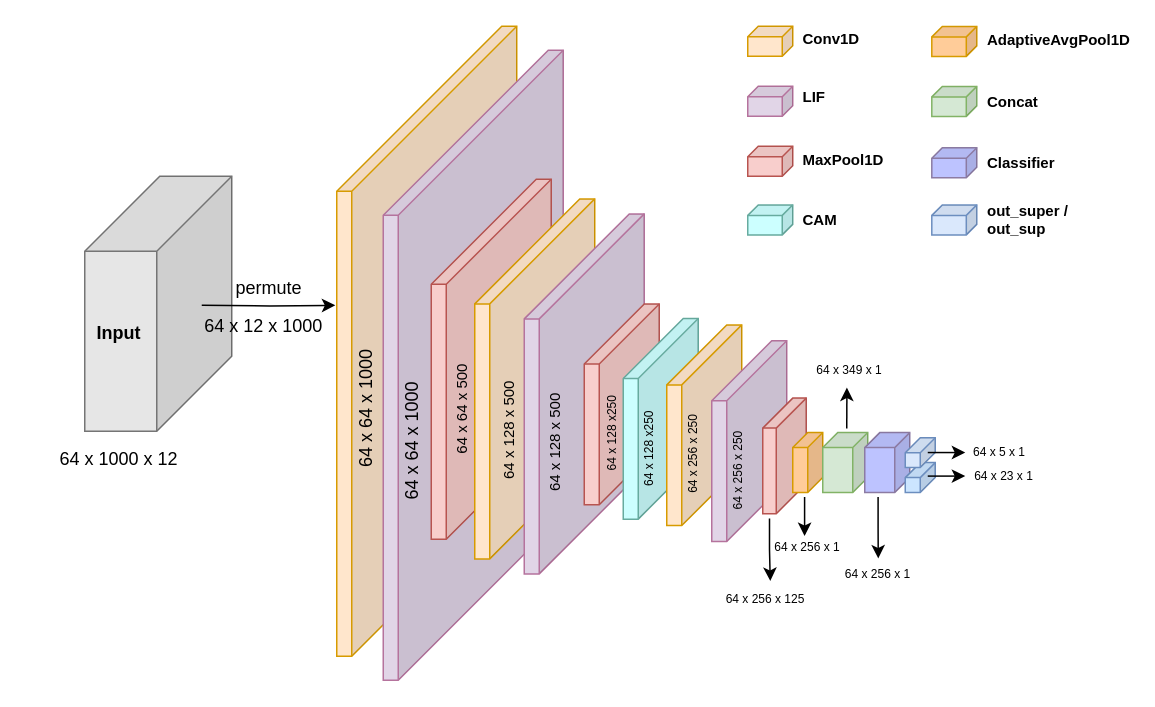
Earlier version of the draw.io diagram Untitled Diagram.drawio (minh071289/AI_system). Source tidied: cells renumbered, new cells numbered last; positions are measured from the earlier drawing's top-left corner, leaving out a move shared by most shapes. Both pictures are drawn from the tidied source at 150%, with x=0, y=0 at pixel (28, 26).
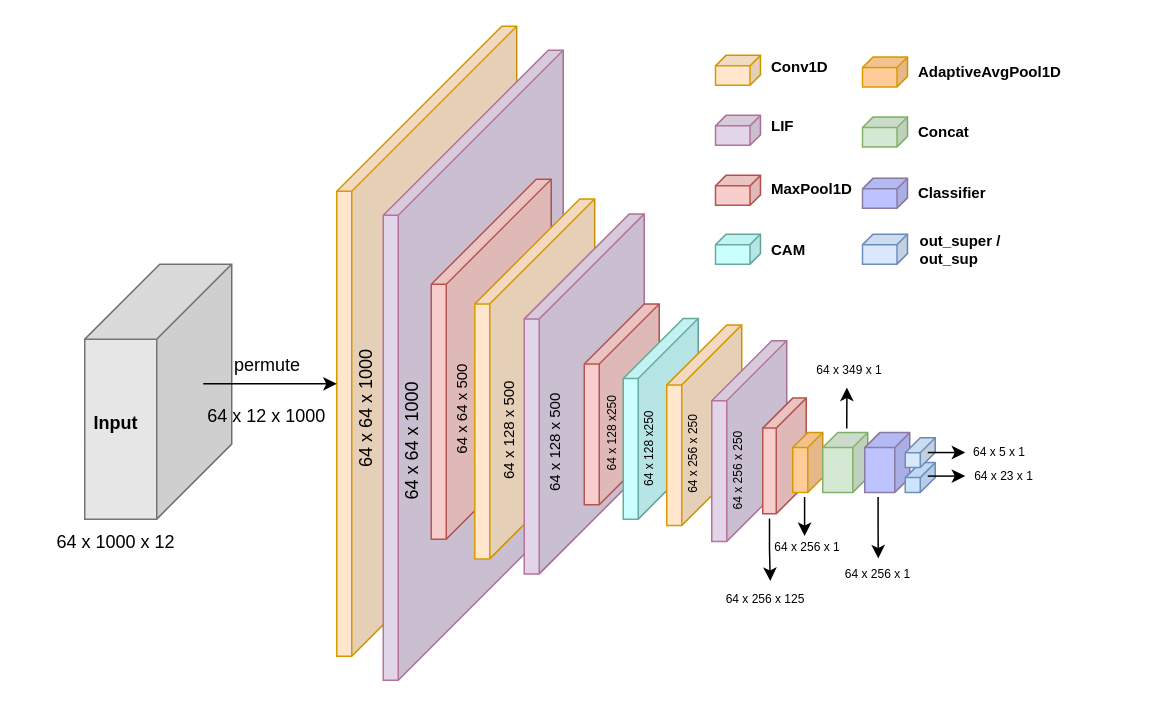
The same page after the edit.

Unchanged cells that the change refers to:
```xml
<mxCell id="2" style="shape=cube;whiteSpace=wrap;html=1;boundedLbl=1;backgroundOutline=1;darkOpacity=0.05;darkOpacity2=0.1;size=110;direction=east;flipH=1;fillColor=#ffe6cc;strokeColor=#d79b00;" parent="1" vertex="1">
  <mxGeometry x="205" width="120" height="420" as="geometry" />
</mxCell>
```

Change to the diagram source:
```diff
@@
     <mxCell id="9" style="shape=cube;whiteSpace=wrap;html=1;boundedLbl=1;backgroundOutline=1;darkOpacity=0.05;darkOpacity2=0.1;size=7;direction=east;flipH=1;fillColor=#ffe6cc;strokeColor=#d79b00;" parent="1" vertex="1">
-      <mxGeometry x="479" width="30" height="20" as="geometry" />
+      <mxGeometry x="457.5" y="19.4" width="30" height="20" as="geometry" />
     </mxCell>
     <mxCell id="10" style="shape=cube;whiteSpace=wrap;html=1;boundedLbl=1;backgroundOutline=1;darkOpacity=0.05;darkOpacity2=0.1;size=7;direction=east;flipH=1;fillColor=#f8cecc;strokeColor=#b85450;" parent="1" vertex="1">
-      <mxGeometry x="479" y="80" width="30" height="20" as="geometry" />
+      <mxGeometry x="457.5" y="99.4" width="30" height="20" as="geometry" />
     </mxCell>
     <mxCell id="11" style="shape=cube;whiteSpace=wrap;html=1;boundedLbl=1;backgroundOutline=1;darkOpacity=0.05;darkOpacity2=0.1;size=7;direction=east;flipH=1;fillColor=#dae8fc;strokeColor=#6c8ebf;" parent="1" vertex="1">
-      <mxGeometry x="601.7" y="119.1" width="30" height="20" as="geometry" />
+      <mxGeometry x="555.5" y="138.6" width="30" height="20" as="geometry" />
     </mxCell>
     <mxCell id="12" style="shape=cube;whiteSpace=wrap;html=1;boundedLbl=1;backgroundOutline=1;darkOpacity=0.05;darkOpacity2=0.1;size=7;direction=east;flipH=1;fillColor=#d5e8d4;strokeColor=#82b366;" parent="1" vertex="1">
-      <mxGeometry x="601.7" y="40.1" width="30" height="20" as="geometry" />
+      <mxGeometry x="555.5" y="60.5" width="30" height="20" as="geometry" />
     </mxCell>
@@
     <mxCell id="14" value="Conv1D" style="text;html=1;strokeColor=none;fillColor=none;align=left;verticalAlign=middle;whiteSpace=wrap;rounded=0;fontStyle=1;fontSize=10;" parent="1" vertex="1">
-      <mxGeometry x="514" y="1.1" width="83" height="13.9" as="geometry" />
+      <mxGeometry x="492.5" y="20.5" width="83" height="13.9" as="geometry" />
     </mxCell>
@@
     <mxCell id="43" style="shape=cube;whiteSpace=wrap;html=1;boundedLbl=1;backgroundOutline=1;darkOpacity=0.05;darkOpacity2=0.1;size=7;direction=east;flipH=1;fillColor=#E1D5E7;strokeColor=#B5739D;" parent="1" vertex="1">
-      <mxGeometry x="479" y="40" width="30" height="20" as="geometry" />
+      <mxGeometry x="457.5" y="59.4" width="30" height="20" as="geometry" />
     </mxCell>
     <mxCell id="44" style="shape=cube;whiteSpace=wrap;html=1;boundedLbl=1;backgroundOutline=1;darkOpacity=0.05;darkOpacity2=0.1;size=7;direction=east;flipH=1;fillColor=#CCFFFF;strokeColor=#67AB9F;" parent="1" vertex="1">
-      <mxGeometry x="479" y="119.1" width="30" height="20" as="geometry" />
+      <mxGeometry x="457.5" y="138.6" width="30" height="20" as="geometry" />
     </mxCell>
     <mxCell id="45" style="shape=cube;whiteSpace=wrap;html=1;boundedLbl=1;backgroundOutline=1;darkOpacity=0.05;darkOpacity2=0.1;size=7;direction=east;flipH=1;fillColor=#FFCC99;strokeColor=#D79B00;" parent="1" vertex="1">
-      <mxGeometry x="601.7" y="0.1" width="30" height="20" as="geometry" />
+      <mxGeometry x="555.5" y="20.5" width="30" height="20" as="geometry" />
     </mxCell>
     <mxCell id="46" style="shape=cube;whiteSpace=wrap;html=1;boundedLbl=1;backgroundOutline=1;darkOpacity=0.05;darkOpacity2=0.1;size=7;direction=east;flipH=1;fillColor=#BDC3FF;strokeColor=#8C7BA3;" parent="1" vertex="1">
-      <mxGeometry x="601.7" y="81" width="30" height="20" as="geometry" />
+      <mxGeometry x="555.5" y="101.4" width="30" height="20" as="geometry" />
     </mxCell>
     <mxCell id="47" value="LIF" style="text;html=1;strokeColor=none;fillColor=none;align=left;verticalAlign=middle;whiteSpace=wrap;rounded=0;fontStyle=1;fontSize=10;" parent="1" vertex="1">
-      <mxGeometry x="514" y="40.1" width="83" height="13.9" as="geometry" />
+      <mxGeometry x="492.5" y="59.5" width="83" height="13.9" as="geometry" />
     </mxCell>
     <mxCell id="48" value="MaxPool1D" style="text;html=1;strokeColor=none;fillColor=none;align=left;verticalAlign=middle;whiteSpace=wrap;rounded=0;fontStyle=1;fontSize=10;" parent="1" vertex="1">
-      <mxGeometry x="514" y="82" width="83" height="13.9" as="geometry" />
+      <mxGeometry x="492.5" y="101.4" width="83" height="13.9" as="geometry" />
     </mxCell>
     <mxCell id="49" value="CAM" style="text;html=1;strokeColor=none;fillColor=none;align=left;verticalAlign=middle;whiteSpace=wrap;rounded=0;fontStyle=1;fontSize=10;" parent="1" vertex="1">
-      <mxGeometry x="514" y="122.2" width="83" height="13.9" as="geometry" />
+      <mxGeometry x="492.5" y="141.6" width="83" height="13.9" as="geometry" />
     </mxCell>
     <mxCell id="50" value="AdaptiveAvgPool1D" style="text;html=1;strokeColor=none;fillColor=none;align=left;verticalAlign=middle;whiteSpace=wrap;rounded=0;fontStyle=1;fontSize=10;" parent="1" vertex="1">
-      <mxGeometry x="637" y="2.1" width="83" height="13.9" as="geometry" />
+      <mxGeometry x="590.8" y="22.6" width="83" height="13.9" as="geometry" />
     </mxCell>
     <mxCell id="51" value="Concat" style="text;html=1;strokeColor=none;fillColor=none;align=left;verticalAlign=middle;whiteSpace=wrap;rounded=0;fontStyle=1;fontSize=10;" parent="1" vertex="1">
-      <mxGeometry x="637" y="43.1" width="83" height="13.9" as="geometry" />
+      <mxGeometry x="590.8" y="63.5" width="83" height="13.9" as="geometry" />
     </mxCell>
     <mxCell id="52" value="Classifier" style="text;html=1;strokeColor=none;fillColor=none;align=left;verticalAlign=middle;whiteSpace=wrap;rounded=0;fontStyle=1;fontSize=10;" parent="1" vertex="1">
-      <mxGeometry x="637" y="84.1" width="83" height="13.9" as="geometry" />
+      <mxGeometry x="590.8" y="104.5" width="83" height="13.9" as="geometry" />
     </mxCell>
     <mxCell id="53" value="out_super / out_sup" style="text;html=1;strokeColor=none;fillColor=none;align=left;verticalAlign=middle;whiteSpace=wrap;rounded=0;fontStyle=1;fontSize=10;" parent="1" vertex="1">
-      <mxGeometry x="637" y="122.2" width="83" height="13.9" as="geometry" />
+      <mxGeometry x="591.5" y="141.6" width="83" height="13.9" as="geometry" />
     </mxCell>
     <mxCell id="54" style="shape=cube;whiteSpace=wrap;html=1;boundedLbl=1;backgroundOutline=1;darkOpacity=0.05;darkOpacity2=0.1;size=50;direction=east;flipH=1;fillColor=#E6E6E6;strokeColor=#757575;fontFamily=Helvetica;" parent="1" vertex="1">
-      <mxGeometry x="37" y="100" width="98" height="170" as="geometry" />
+      <mxGeometry x="37" y="158.6" width="98" height="170" as="geometry" />
     </mxCell>
-    <mxCell id="55" style="edgeStyle=orthogonalEdgeStyle;rounded=0;jettySize=auto;html=1;entryX=1.008;entryY=0.443;entryDx=0;entryDy=0;entryPerimeter=0;" parent="1" edge="1" target="2">
+    <mxCell id="55" style="edgeStyle=orthogonalEdgeStyle;rounded=0;orthogonalLoop=1;jettySize=auto;html=1;entryX=1.008;entryY=0.443;entryDx=0;entryDy=0;entryPerimeter=0;" parent="1" edge="1">
       <mxGeometry relative="1" as="geometry">
-        <mxPoint x="115" y="186" as="sourcePoint" />
+        <mxPoint x="116" y="238.4" as="sourcePoint" />
+        <mxPoint x="205" y="238.4" as="targetPoint" />
       </mxGeometry>
     </mxCell>
     <mxCell id="56" value="Input" style="text;html=1;strokeColor=none;fillColor=none;align=center;verticalAlign=middle;whiteSpace=wrap;rounded=0;rotation=0;direction=east;fontSize=12;fontStyle=1;" parent="1" vertex="1">
-      <mxGeometry x="15" y="195.8" width="90" height="18.8" as="geometry" />
+      <mxGeometry x="13" y="255.6" width="90" height="18.8" as="geometry" />
     </mxCell>
     <mxCell id="57" value="64 x 1000 x 12" style="text;html=1;strokeColor=none;fillColor=none;align=center;verticalAlign=middle;whiteSpace=wrap;rounded=0;rotation=0;fontFamily=Helvetica;" parent="1" vertex="1">
-      <mxGeometry y="274.3" width="120" height="30" as="geometry" />
+      <mxGeometry x="-2" y="328.6" width="120" height="30" as="geometry" />
     </mxCell>
     <mxCell id="58" value="permute" style="text;html=1;strokeColor=none;fillColor=none;align=center;verticalAlign=middle;whiteSpace=wrap;rounded=0;rotation=0;fontFamily=Helvetica;" parent="1" vertex="1">
-      <mxGeometry x="110" y="162" width="100" height="25.2" as="geometry" />
+      <mxGeometry x="108.5" y="213.1" width="100" height="25.2" as="geometry" />
     </mxCell>
     <mxCell id="59" value="64 x 12 x 1000" style="text;html=1;strokeColor=none;fillColor=none;align=center;verticalAlign=middle;whiteSpace=wrap;rounded=0;rotation=0;fontFamily=Helvetica;" parent="1" vertex="1">
-      <mxGeometry x="103" y="186.2" width="107" height="27.2" as="geometry" />
+      <mxGeometry x="105" y="246" width="107" height="27.2" as="geometry" />
     </mxCell>
```
